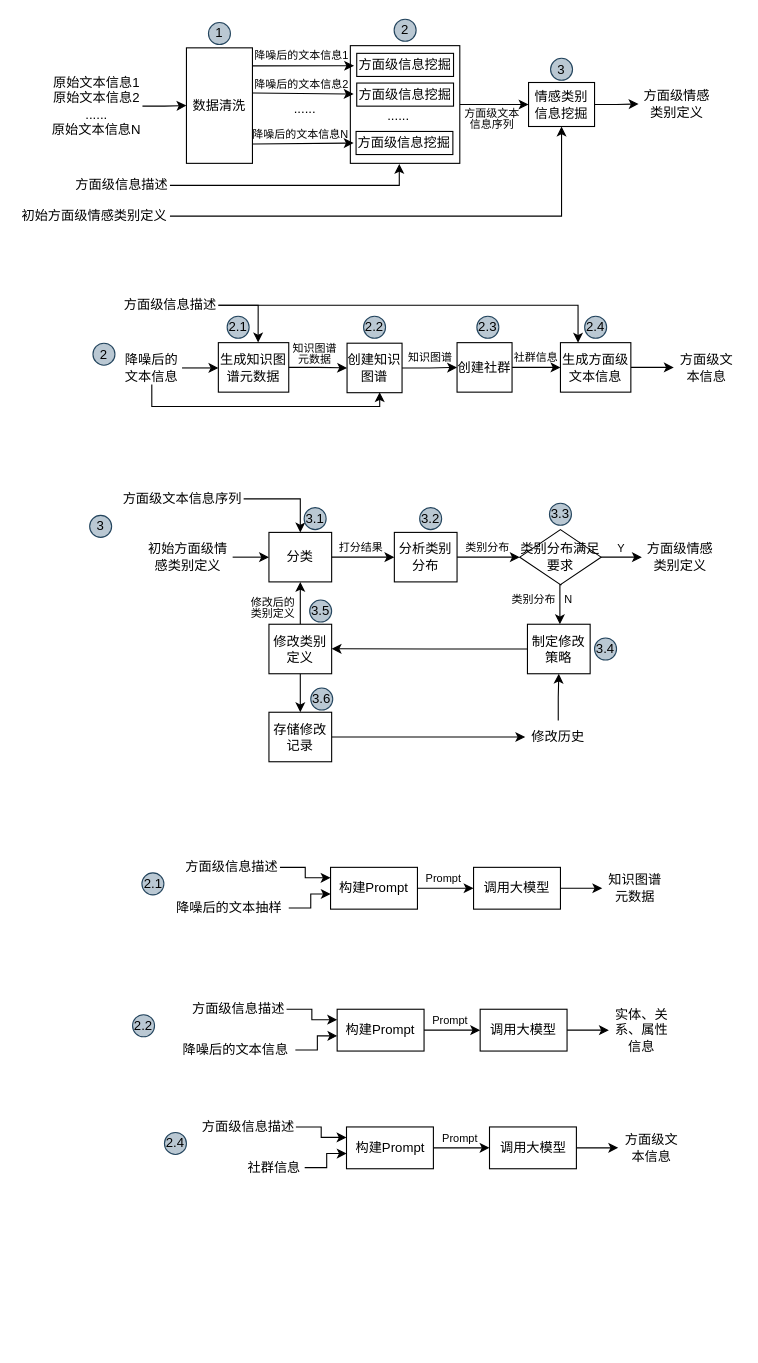
Before: patent-基于大模型的方面级文本情感挖掘.drawio in CindyZX/drawio_figures, a draw.io diagram. Source tidied: cells renumbered, new cells numbered last; positions are measured from the earlier drawing's top-left corner, leaving out a move shared by most shapes. Both pictures are drawn from the tidied source at 110%, with x=0, y=0 at pixel (19, 19).
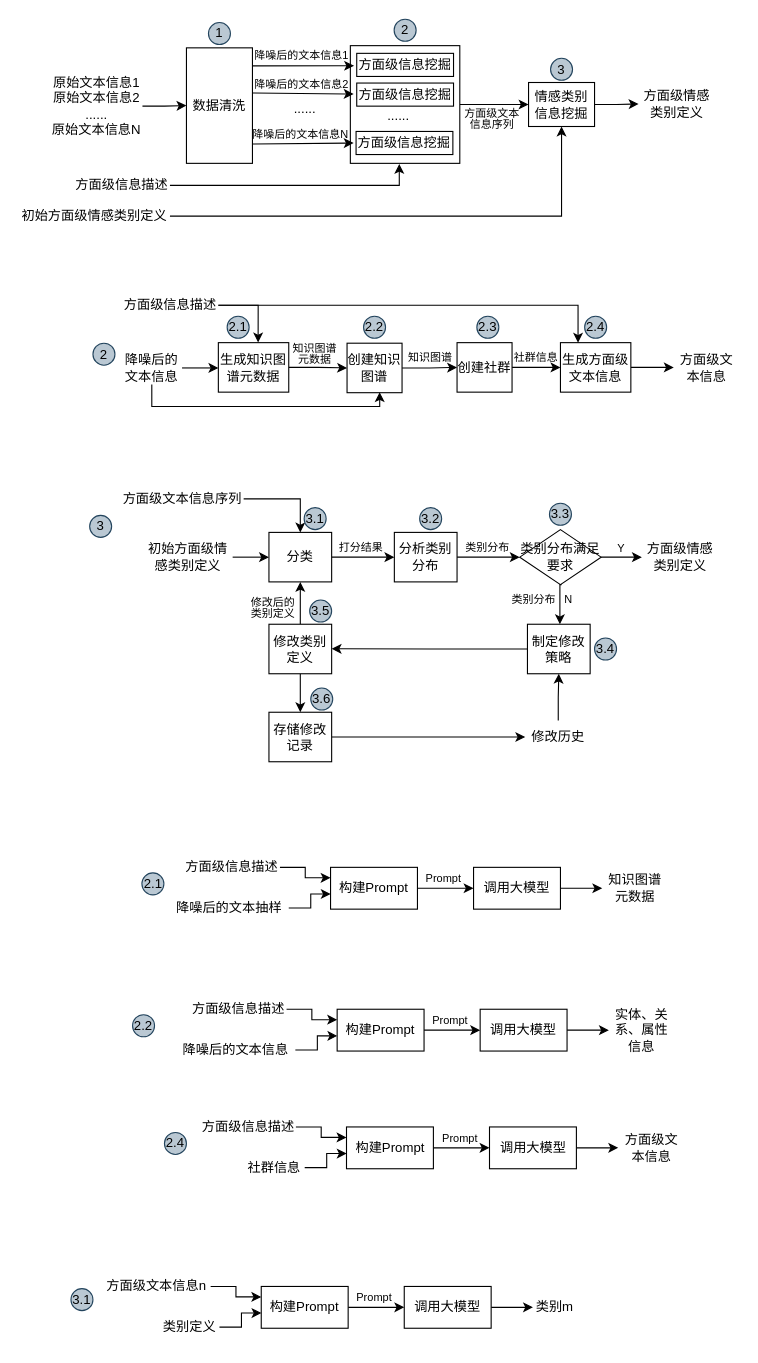
Above is the later version.

Commit message:
更新patent-基于大模型的方面级文本情感挖掘.drawio

Diff of the diagram source:
```diff
@@
+    <mxCell id="119" value="3.1" style="ellipse;whiteSpace=wrap;html=1;fillColor=#bac8d3;strokeColor=#23445d;" parent="1" vertex="1">
+      <mxGeometry x="47" y="1154" width="20" height="20" as="geometry" />
+    </mxCell>
+    <mxCell id="120" style="edgeStyle=orthogonalEdgeStyle;rounded=0;jettySize=auto;html=1;exitX=1;exitY=0.5;exitDx=0;exitDy=0;entryX=0;entryY=0.25;entryDx=0;entryDy=0;" parent="1" edge="1" source="121" target="124">
+      <mxGeometry relative="1" as="geometry" />
+    </mxCell>
+    <mxCell id="121" value="方面级文本信息n" style="text;html=1;align=center;verticalAlign=middle;whiteSpace=wrap;rounded=0;" parent="1" vertex="1">
+      <mxGeometry x="76" y="1137" width="98" height="30" as="geometry" />
+    </mxCell>
+    <mxCell id="122" value="类别定义" style="text;html=1;align=center;verticalAlign=middle;whiteSpace=wrap;rounded=0;" parent="1" vertex="1">
+      <mxGeometry x="126.5" y="1174" width="55.5" height="30" as="geometry" />
+    </mxCell>
+    <mxCell id="123" style="edgeStyle=orthogonalEdgeStyle;rounded=0;jettySize=auto;html=1;exitX=1;exitY=0.5;exitDx=0;exitDy=0;entryX=0;entryY=0.5;entryDx=0;entryDy=0;" parent="1" edge="1" source="124" target="127">
+      <mxGeometry relative="1" as="geometry" />
+    </mxCell>
+    <mxCell id="124" value="构建Prompt" style="rounded=0;whiteSpace=wrap;html=1;" parent="1" vertex="1">
+      <mxGeometry x="220" y="1152" width="79" height="38" as="geometry" />
+    </mxCell>
+    <mxCell id="125" style="edgeStyle=orthogonalEdgeStyle;rounded=0;jettySize=auto;html=1;exitX=1;exitY=0.5;exitDx=0;exitDy=0;entryX=0.002;entryY=0.637;entryDx=0;entryDy=0;entryPerimeter=0;" parent="1" edge="1" source="122" target="124">
+      <mxGeometry relative="1" as="geometry" />
+    </mxCell>
+    <mxCell id="126" style="edgeStyle=orthogonalEdgeStyle;rounded=0;jettySize=auto;html=1;exitX=1;exitY=0.5;exitDx=0;exitDy=0;" parent="1" edge="1" source="127">
+      <mxGeometry relative="1" as="geometry">
+        <mxPoint x="467" y="1171" as="targetPoint" />
+      </mxGeometry>
+    </mxCell>
+    <mxCell id="127" value="调用大模型" style="rounded=0;whiteSpace=wrap;html=1;" parent="1" vertex="1">
+      <mxGeometry x="350" y="1152" width="79" height="38" as="geometry" />
+    </mxCell>
+    <mxCell id="128" value="&lt;p style=&quot;line-height: 100%; font-size: 10px;&quot;&gt;Prompt&lt;/p&gt;" style="text;html=1;align=center;verticalAlign=middle;whiteSpace=wrap;rounded=0;spacing=2;fontSize=10;" parent="1" vertex="1">
+      <mxGeometry x="301" y="1157" width="44" height="10" as="geometry" />
+    </mxCell>
+    <mxCell id="129" value="类别m" style="text;html=1;align=center;verticalAlign=middle;whiteSpace=wrap;rounded=0;" parent="1" vertex="1">
+      <mxGeometry x="467.5" y="1156" width="37.5" height="30" as="geometry" />
+    </mxCell>
```
